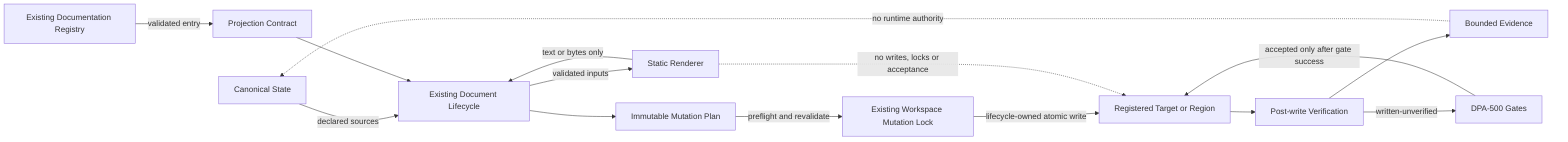
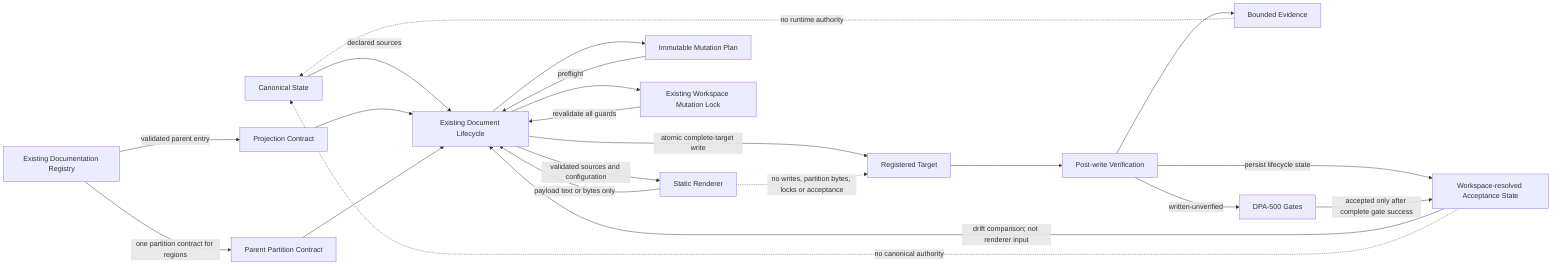
flowchart LR
    CS[Canonical State]
    REG[Existing Documentation Registry]
    PC[Projection Contract]
+     PART[Parent Partition Contract]
    LC[Existing Document Lifecycle]
    R[Static Renderer]
    PLAN[Immutable Mutation Plan]
    LOCK[Existing Workspace Mutation Lock]
-     TARGET[Registered Target or Region]
+     TARGET[Registered Target]
+     STATE[Workspace-resolved Acceptance State]
    VERIFY[Post-write Verification]
    EVID[Bounded Evidence]
    GATE[DPA-500 Gates]

    CS -->|declared sources| LC
-     REG -->|validated entry| PC
+     REG -->|validated parent entry| PC
+     REG -->|one partition contract for regions| PART
    PC --> LC
-     LC -->|validated inputs| R
-     R -->|text or bytes only| LC
+     PART --> LC
+     LC -->|validated sources and configuration| R
+     R -->|payload text or bytes only| LC
    LC --> PLAN
-     PLAN -->|preflight and revalidate| LOCK
-     LOCK -->|lifecycle-owned atomic write| TARGET
+     PLAN -->|preflight| LC
+     LC --> LOCK
+     LOCK -->|revalidate all guards| LC
+     LC -->|atomic complete-target write| TARGET
    TARGET --> VERIFY
+     VERIFY -->|persist lifecycle state| STATE
    VERIFY --> EVID
+     STATE -->|drift comparison; not renderer input| LC
    VERIFY -->|written-unverified| GATE
-     GATE -->|accepted only after gate success| TARGET
+     GATE -->|accepted only after complete gate success| STATE

    EVID -. no runtime authority .-> CS
-     R -. no writes, locks or acceptance .-> TARGET
+     STATE -. no canonical authority .-> CS
+     R -. no writes, partition bytes, locks or acceptance .-> TARGET
